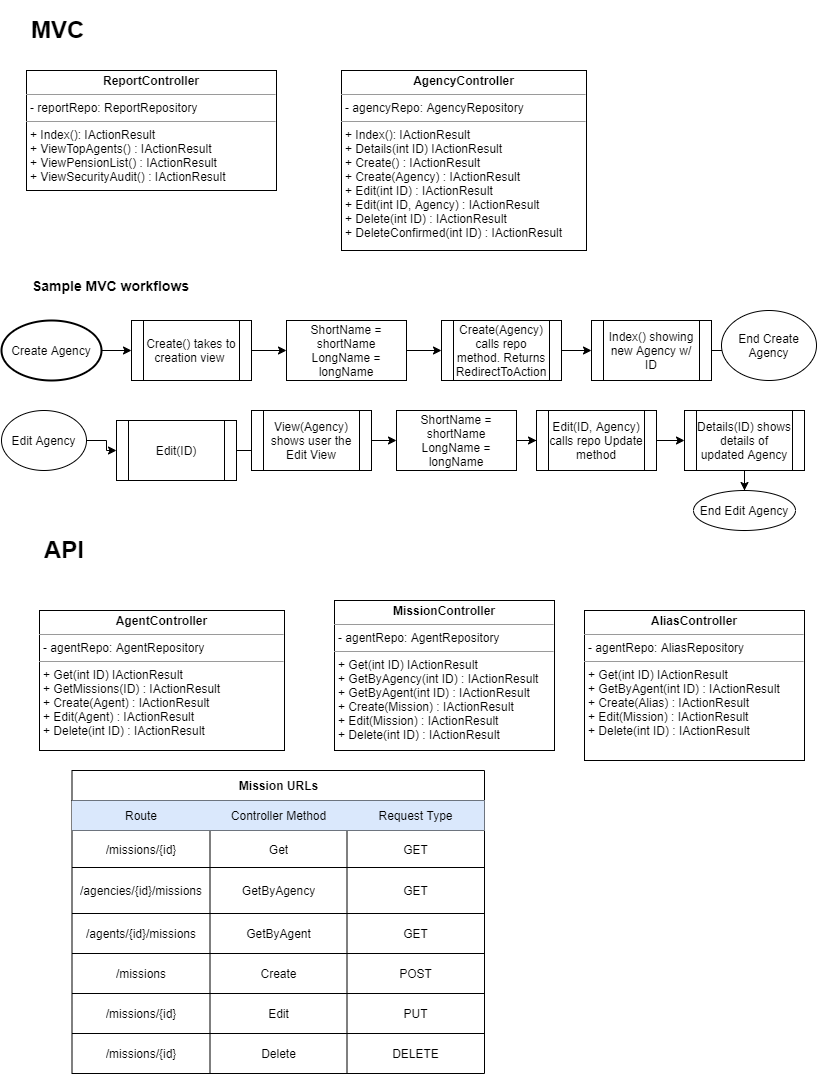
Above: FieldAgent/FieldAgentWebDocumentation.png in mfd713/MadelineFriend-cohort-4 (draw.io), before the change. Source tidied: cells renumbered, new cells last; positions are measured from the earlier drawing's top-left corner, leaving out a move shared by most shapes.
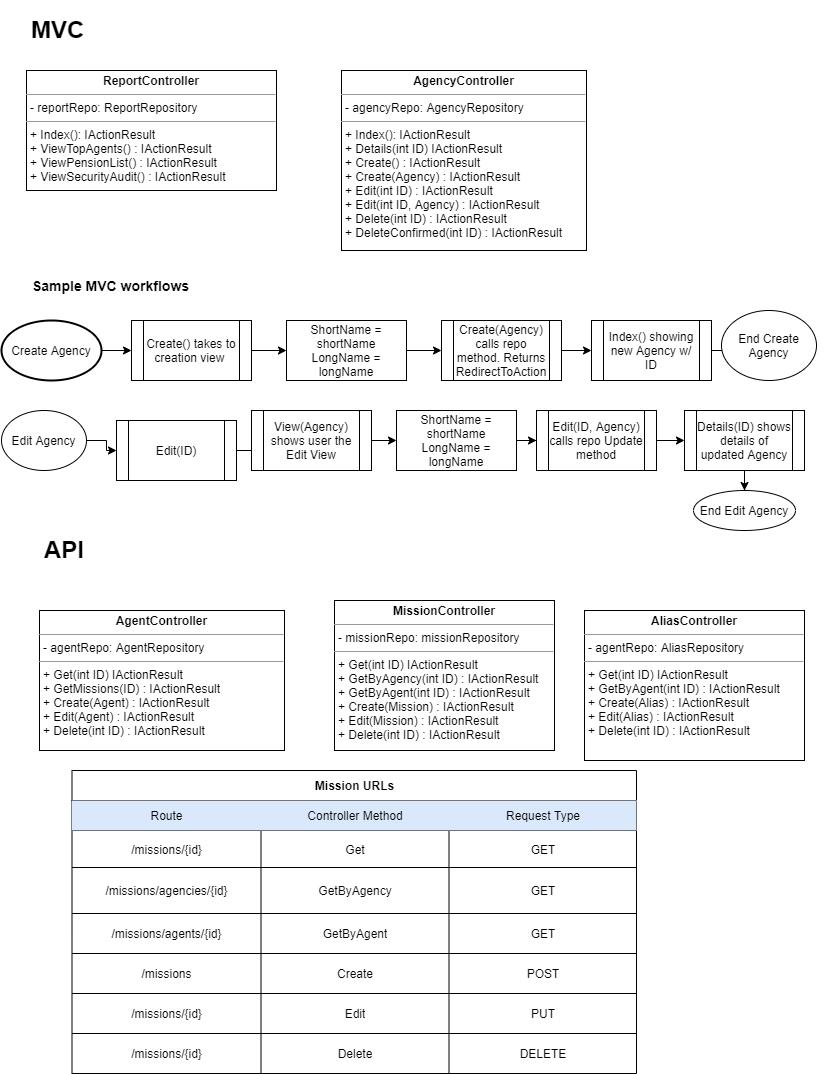
Later version of the same file.

The edit, as a diff of the source:
```diff
@@ -17,98 +17,98 @@
     <mxCell id="6" value="&lt;p style=&quot;margin: 0px ; margin-top: 4px ; text-align: center&quot;&gt;&lt;b&gt;AgentController&lt;/b&gt;&lt;/p&gt;&lt;hr size=&quot;1&quot;&gt;&lt;p style=&quot;margin: 0px ; margin-left: 4px&quot;&gt;- agentRepo: AgentRepository&lt;/p&gt;&lt;hr size=&quot;1&quot;&gt;&lt;p style=&quot;margin: 0px ; margin-left: 4px&quot;&gt;&lt;span&gt;+ Get(int ID) IActionResult&lt;/span&gt;&lt;br&gt;&lt;/p&gt;&lt;p style=&quot;margin: 0px ; margin-left: 4px&quot;&gt;+ GetMissions(ID) : IActionResult&lt;/p&gt;&lt;p style=&quot;margin: 0px ; margin-left: 4px&quot;&gt;+ Create(Agent) : IActionResult&lt;/p&gt;&lt;p style=&quot;margin: 0px ; margin-left: 4px&quot;&gt;+ Edit(Agent) : IActionResult&lt;/p&gt;&lt;p style=&quot;margin: 0px ; margin-left: 4px&quot;&gt;+ Delete(int ID) : IActionResult&lt;/p&gt;" style="verticalAlign=top;align=left;overflow=fill;fontSize=12;fontFamily=Helvetica;html=1;" parent="1" vertex="1">
       <mxGeometry x="38" y="600" width="245" height="140" as="geometry" />
     </mxCell>
-    <mxCell id="7" value="&lt;p style=&quot;margin: 0px ; margin-top: 4px ; text-align: center&quot;&gt;&lt;b&gt;MissionController&lt;/b&gt;&lt;/p&gt;&lt;hr size=&quot;1&quot;&gt;&lt;p style=&quot;margin: 0px ; margin-left: 4px&quot;&gt;- agentRepo: AgentRepository&lt;/p&gt;&lt;hr size=&quot;1&quot;&gt;&lt;p style=&quot;margin: 0px ; margin-left: 4px&quot;&gt;&lt;span&gt;+ Get(int ID) IActionResult&lt;/span&gt;&lt;br&gt;&lt;/p&gt;&lt;p style=&quot;margin: 0px ; margin-left: 4px&quot;&gt;+ GetByAgency(int ID) : IActionResult&lt;/p&gt;&lt;p style=&quot;margin: 0px ; margin-left: 4px&quot;&gt;+ GetByAgent(int ID) : IActionResult&lt;/p&gt;&lt;p style=&quot;margin: 0px ; margin-left: 4px&quot;&gt;+ Create(Mission) : IActionResult&lt;/p&gt;&lt;p style=&quot;margin: 0px ; margin-left: 4px&quot;&gt;+ Edit(Mission) : IActionResult&lt;/p&gt;&lt;p style=&quot;margin: 0px ; margin-left: 4px&quot;&gt;+ Delete(int ID) : IActionResult&lt;/p&gt;" style="verticalAlign=top;align=left;overflow=fill;fontSize=12;fontFamily=Helvetica;html=1;" parent="1" vertex="1">
+    <mxCell id="7" value="&lt;p style=&quot;margin: 0px ; margin-top: 4px ; text-align: center&quot;&gt;&lt;b&gt;MissionController&lt;/b&gt;&lt;/p&gt;&lt;hr size=&quot;1&quot;&gt;&lt;p style=&quot;margin: 0px ; margin-left: 4px&quot;&gt;- missionRepo: missionRepository&lt;/p&gt;&lt;hr size=&quot;1&quot;&gt;&lt;p style=&quot;margin: 0px ; margin-left: 4px&quot;&gt;&lt;span&gt;+ Get(int ID) IActionResult&lt;/span&gt;&lt;br&gt;&lt;/p&gt;&lt;p style=&quot;margin: 0px ; margin-left: 4px&quot;&gt;+ GetByAgency(int ID) : IActionResult&lt;/p&gt;&lt;p style=&quot;margin: 0px ; margin-left: 4px&quot;&gt;+ GetByAgent(int ID) : IActionResult&lt;/p&gt;&lt;p style=&quot;margin: 0px ; margin-left: 4px&quot;&gt;+ Create(Mission) : IActionResult&lt;/p&gt;&lt;p style=&quot;margin: 0px ; margin-left: 4px&quot;&gt;+ Edit(Mission) : IActionResult&lt;/p&gt;&lt;p style=&quot;margin: 0px ; margin-left: 4px&quot;&gt;+ Delete(int ID) : IActionResult&lt;/p&gt;" style="verticalAlign=top;align=left;overflow=fill;fontSize=12;fontFamily=Helvetica;html=1;" parent="1" vertex="1">
       <mxGeometry x="333" y="590" width="220" height="150" as="geometry" />
     </mxCell>
-    <mxCell id="8" value="&lt;p style=&quot;margin: 0px ; margin-top: 4px ; text-align: center&quot;&gt;&lt;b&gt;AliasController&lt;/b&gt;&lt;/p&gt;&lt;hr size=&quot;1&quot;&gt;&lt;p style=&quot;margin: 0px ; margin-left: 4px&quot;&gt;- agentRepo: AliasRepository&lt;/p&gt;&lt;hr size=&quot;1&quot;&gt;&lt;p style=&quot;margin: 0px ; margin-left: 4px&quot;&gt;&lt;span&gt;+ Get(int ID) IActionResult&lt;/span&gt;&lt;br&gt;&lt;/p&gt;&lt;p style=&quot;margin: 0px ; margin-left: 4px&quot;&gt;&lt;span&gt;+ GetByAgent(int ID) : IActionResult&lt;/span&gt;&lt;br&gt;&lt;/p&gt;&lt;p style=&quot;margin: 0px ; margin-left: 4px&quot;&gt;+ Create(Alias) : IActionResult&lt;/p&gt;&lt;p style=&quot;margin: 0px ; margin-left: 4px&quot;&gt;+ Edit(Mission) : IActionResult&lt;/p&gt;&lt;p style=&quot;margin: 0px ; margin-left: 4px&quot;&gt;+ Delete(int ID) : IActionResult&lt;/p&gt;" style="verticalAlign=top;align=left;overflow=fill;fontSize=12;fontFamily=Helvetica;html=1;" parent="1" vertex="1">
+    <mxCell id="8" value="&lt;p style=&quot;margin: 0px ; margin-top: 4px ; text-align: center&quot;&gt;&lt;b&gt;AliasController&lt;/b&gt;&lt;/p&gt;&lt;hr size=&quot;1&quot;&gt;&lt;p style=&quot;margin: 0px ; margin-left: 4px&quot;&gt;- agentRepo: AliasRepository&lt;/p&gt;&lt;hr size=&quot;1&quot;&gt;&lt;p style=&quot;margin: 0px ; margin-left: 4px&quot;&gt;&lt;span&gt;+ Get(int ID) IActionResult&lt;/span&gt;&lt;br&gt;&lt;/p&gt;&lt;p style=&quot;margin: 0px ; margin-left: 4px&quot;&gt;&lt;span&gt;+ GetByAgent(int ID) : IActionResult&lt;/span&gt;&lt;br&gt;&lt;/p&gt;&lt;p style=&quot;margin: 0px ; margin-left: 4px&quot;&gt;+ Create(Alias) : IActionResult&lt;/p&gt;&lt;p style=&quot;margin: 0px ; margin-left: 4px&quot;&gt;+ Edit(Alias) : IActionResult&lt;/p&gt;&lt;p style=&quot;margin: 0px ; margin-left: 4px&quot;&gt;+ Delete(int ID) : IActionResult&lt;/p&gt;" style="verticalAlign=top;align=left;overflow=fill;fontSize=12;fontFamily=Helvetica;html=1;" parent="1" vertex="1">
       <mxGeometry x="583" y="600" width="220" height="150" as="geometry" />
     </mxCell>
     <mxCell id="9" value="Mission URLs" style="shape=table;html=1;whiteSpace=wrap;startSize=30;fontStyle=1;align=center;" parent="1" vertex="1">
-      <mxGeometry x="70.5" y="760" width="412.5" height="303" as="geometry" />
+      <mxGeometry x="70.5" y="760" width="564.5" height="303" as="geometry" />
     </mxCell>
     <mxCell id="10" style="shape=partialRectangle;html=1;whiteSpace=wrap;fillColor=#dae8fc;top=0;left=0;bottom=0;right=0;strokeColor=#6c8ebf;" parent="9" vertex="1">
-      <mxGeometry y="30" width="412.5" height="30" as="geometry" />
+      <mxGeometry y="30" width="564.5" height="30" as="geometry" />
     </mxCell>
     <mxCell id="11" value="Route" style="shape=partialRectangle;html=1;whiteSpace=wrap;fillColor=none;top=0;left=0;bottom=0;right=0;overflow=hidden;" parent="10" vertex="1">
-      <mxGeometry width="138" height="30" as="geometry" />
+      <mxGeometry width="189" height="30" as="geometry" />
     </mxCell>
     <mxCell id="12" value="Controller Method" style="shape=partialRectangle;html=1;whiteSpace=wrap;fillColor=none;top=0;left=0;bottom=0;right=0;overflow=hidden;" parent="10" vertex="1">
-      <mxGeometry x="138" width="137" height="30" as="geometry" />
+      <mxGeometry x="189" width="188" height="30" as="geometry" />
     </mxCell>
     <mxCell id="13" value="Request Type" style="shape=partialRectangle;html=1;whiteSpace=wrap;fillColor=none;top=0;left=0;bottom=0;right=0;overflow=hidden;" parent="10" vertex="1">
-      <mxGeometry x="275" width="137" height="30" as="geometry" />
+      <mxGeometry x="377" width="188" height="30" as="geometry" />
     </mxCell>
     <mxCell id="14" style="shape=partialRectangle;html=1;whiteSpace=wrap;fillColor=none;top=0;left=0;bottom=0;right=0;" parent="9" vertex="1">
-      <mxGeometry y="60" width="412.5" height="37" as="geometry" />
+      <mxGeometry y="60" width="564.5" height="37" as="geometry" />
     </mxCell>
     <mxCell id="15" value="/missions/{id}" style="shape=partialRectangle;html=1;whiteSpace=wrap;fillColor=none;top=0;left=0;bottom=0;right=0;overflow=hidden;" parent="14" vertex="1">
-      <mxGeometry width="138" height="37" as="geometry" />
+      <mxGeometry width="189" height="37" as="geometry" />
     </mxCell>
     <mxCell id="16" value="Get" style="shape=partialRectangle;html=1;whiteSpace=wrap;fillColor=none;top=0;left=0;bottom=0;right=0;overflow=hidden;" parent="14" vertex="1">
-      <mxGeometry x="138" width="137" height="37" as="geometry" />
+      <mxGeometry x="189" width="188" height="37" as="geometry" />
     </mxCell>
     <mxCell id="17" value="GET" style="shape=partialRectangle;html=1;whiteSpace=wrap;fillColor=none;top=0;left=0;bottom=0;right=0;overflow=hidden;" parent="14" vertex="1">
-      <mxGeometry x="275" width="137" height="37" as="geometry" />
+      <mxGeometry x="377" width="188" height="37" as="geometry" />
     </mxCell>
     <mxCell id="18" style="shape=partialRectangle;html=1;whiteSpace=wrap;fillColor=none;top=0;left=0;bottom=0;right=0;" parent="9" vertex="1">
-      <mxGeometry y="97" width="412.5" height="46" as="geometry" />
+      <mxGeometry y="97" width="564.5" height="46" as="geometry" />
     </mxCell>
-    <mxCell id="19" value="/agencies/{id}/missions" style="shape=partialRectangle;html=1;whiteSpace=wrap;fillColor=none;top=0;left=0;bottom=0;right=0;overflow=hidden;" parent="18" vertex="1">
-      <mxGeometry width="138" height="46" as="geometry" />
+    <mxCell id="19" value="/missions/agencies/{id}" style="shape=partialRectangle;html=1;whiteSpace=wrap;fillColor=none;top=0;left=0;bottom=0;right=0;overflow=hidden;" parent="18" vertex="1">
+      <mxGeometry width="189" height="46" as="geometry" />
     </mxCell>
     <mxCell id="20" value="GetByAgency" style="shape=partialRectangle;html=1;whiteSpace=wrap;fillColor=none;top=0;left=0;bottom=0;right=0;overflow=hidden;" parent="18" vertex="1">
-      <mxGeometry x="138" width="137" height="46" as="geometry" />
+      <mxGeometry x="189" width="188" height="46" as="geometry" />
     </mxCell>
     <mxCell id="21" value="GET" style="shape=partialRectangle;html=1;whiteSpace=wrap;fillColor=none;top=0;left=0;bottom=0;right=0;overflow=hidden;" parent="18" vertex="1">
-      <mxGeometry x="275" width="137" height="46" as="geometry" />
+      <mxGeometry x="377" width="188" height="46" as="geometry" />
     </mxCell>
     <mxCell id="22" style="shape=partialRectangle;html=1;whiteSpace=wrap;fillColor=none;top=0;left=0;bottom=0;right=0;" parent="9" vertex="1">
-      <mxGeometry y="143" width="412.5" height="40" as="geometry" />
+      <mxGeometry y="143" width="564.5" height="40" as="geometry" />
     </mxCell>
-    <mxCell id="23" value="/agents/{id}/missions" style="shape=partialRectangle;html=1;whiteSpace=wrap;fillColor=none;top=0;left=0;bottom=0;right=0;overflow=hidden;" parent="22" vertex="1">
-      <mxGeometry width="138" height="40" as="geometry" />
+    <mxCell id="23" value="/missions/agents/{id}" style="shape=partialRectangle;html=1;whiteSpace=wrap;fillColor=none;top=0;left=0;bottom=0;right=0;overflow=hidden;" parent="22" vertex="1">
+      <mxGeometry width="189" height="40" as="geometry" />
     </mxCell>
     <mxCell id="24" value="GetByAgent" style="shape=partialRectangle;html=1;whiteSpace=wrap;fillColor=none;top=0;left=0;bottom=0;right=0;overflow=hidden;" parent="22" vertex="1">
-      <mxGeometry x="138" width="137" height="40" as="geometry" />
+      <mxGeometry x="189" width="188" height="40" as="geometry" />
     </mxCell>
     <mxCell id="25" value="GET" style="shape=partialRectangle;html=1;whiteSpace=wrap;fillColor=none;top=0;left=0;bottom=0;right=0;overflow=hidden;" parent="22" vertex="1">
-      <mxGeometry x="275" width="137" height="40" as="geometry" />
+      <mxGeometry x="377" width="188" height="40" as="geometry" />
     </mxCell>
     <mxCell id="26" style="shape=partialRectangle;html=1;whiteSpace=wrap;fillColor=none;top=0;left=0;bottom=0;right=0;" parent="9" vertex="1">
-      <mxGeometry y="183" width="412.5" height="40" as="geometry" />
+      <mxGeometry y="183" width="564.5" height="40" as="geometry" />
     </mxCell>
     <mxCell id="27" value="/missions" style="shape=partialRectangle;html=1;whiteSpace=wrap;fillColor=none;top=0;left=0;bottom=0;right=0;overflow=hidden;" parent="26" vertex="1">
-      <mxGeometry width="138" height="40" as="geometry" />
+      <mxGeometry width="189" height="40" as="geometry" />
     </mxCell>
     <mxCell id="28" value="Create" style="shape=partialRectangle;html=1;whiteSpace=wrap;fillColor=none;top=0;left=0;bottom=0;right=0;overflow=hidden;" parent="26" vertex="1">
-      <mxGeometry x="138" width="137" height="40" as="geometry" />
+      <mxGeometry x="189" width="188" height="40" as="geometry" />
     </mxCell>
     <mxCell id="29" value="POST" style="shape=partialRectangle;html=1;whiteSpace=wrap;fillColor=none;top=0;left=0;bottom=0;right=0;overflow=hidden;" parent="26" vertex="1">
-      <mxGeometry x="275" width="137" height="40" as="geometry" />
+      <mxGeometry x="377" width="188" height="40" as="geometry" />
     </mxCell>
     <mxCell id="30" style="shape=partialRectangle;html=1;whiteSpace=wrap;fillColor=none;top=0;left=0;bottom=0;right=0;" parent="9" vertex="1">
-      <mxGeometry y="223" width="412.5" height="40" as="geometry" />
+      <mxGeometry y="223" width="564.5" height="40" as="geometry" />
     </mxCell>
     <mxCell id="31" value="/missions/{id}" style="shape=partialRectangle;html=1;whiteSpace=wrap;fillColor=none;top=0;left=0;bottom=0;right=0;overflow=hidden;" parent="30" vertex="1">
-      <mxGeometry width="138" height="40" as="geometry" />
+      <mxGeometry width="189" height="40" as="geometry" />
     </mxCell>
     <mxCell id="32" value="Edit" style="shape=partialRectangle;html=1;whiteSpace=wrap;fillColor=none;top=0;left=0;bottom=0;right=0;overflow=hidden;" parent="30" vertex="1">
-      <mxGeometry x="138" width="137" height="40" as="geometry" />
+      <mxGeometry x="189" width="188" height="40" as="geometry" />
     </mxCell>
     <mxCell id="33" value="PUT" style="shape=partialRectangle;html=1;whiteSpace=wrap;fillColor=none;top=0;left=0;bottom=0;right=0;overflow=hidden;" parent="30" vertex="1">
-      <mxGeometry x="275" width="137" height="40" as="geometry" />
+      <mxGeometry x="377" width="188" height="40" as="geometry" />
     </mxCell>
     <mxCell id="34" style="shape=partialRectangle;html=1;whiteSpace=wrap;fillColor=none;top=0;left=0;bottom=0;right=0;" parent="9" vertex="1">
-      <mxGeometry y="263" width="412.5" height="40" as="geometry" />
+      <mxGeometry y="263" width="564.5" height="40" as="geometry" />
     </mxCell>
     <mxCell id="35" value="/missions/{id}" style="shape=partialRectangle;html=1;whiteSpace=wrap;fillColor=none;top=0;left=0;bottom=0;right=0;overflow=hidden;" parent="34" vertex="1">
-      <mxGeometry width="138" height="40" as="geometry" />
+      <mxGeometry width="189" height="40" as="geometry" />
     </mxCell>
     <mxCell id="36" value="Delete" style="shape=partialRectangle;html=1;whiteSpace=wrap;fillColor=none;top=0;left=0;bottom=0;right=0;overflow=hidden;" parent="34" vertex="1">
-      <mxGeometry x="138" width="137" height="40" as="geometry" />
+      <mxGeometry x="189" width="188" height="40" as="geometry" />
     </mxCell>
     <mxCell id="37" value="DELETE" style="shape=partialRectangle;html=1;whiteSpace=wrap;fillColor=none;top=0;left=0;bottom=0;right=0;overflow=hidden;" parent="34" vertex="1">
-      <mxGeometry x="275" width="137" height="40" as="geometry" />
+      <mxGeometry x="377" width="188" height="40" as="geometry" />
     </mxCell>
     <mxCell id="38" style="edgeStyle=orthogonalEdgeStyle;rounded=0;jettySize=auto;html=1;" parent="1" edge="1" source="39" target="41">
       <mxGeometry relative="1" as="geometry" />
```
